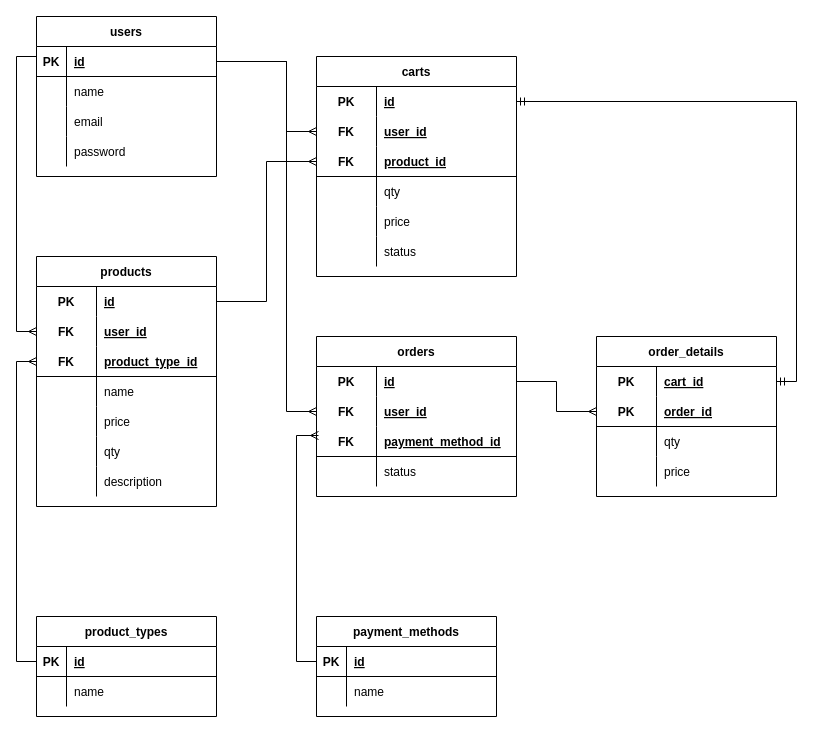
groupProject-3/BE-e-commerce keeps this draw.io diagram as lib/erd/e-commerce.drawio. Above is the earlier version. Source tidied: cells renumbered, new cells numbered last; positions are measured from the earlier drawing's top-left corner, leaving out a move shared by most shapes. Both pictures are drawn from the tidied source at 100%, with x=0, y=0 at pixel (36, 16).
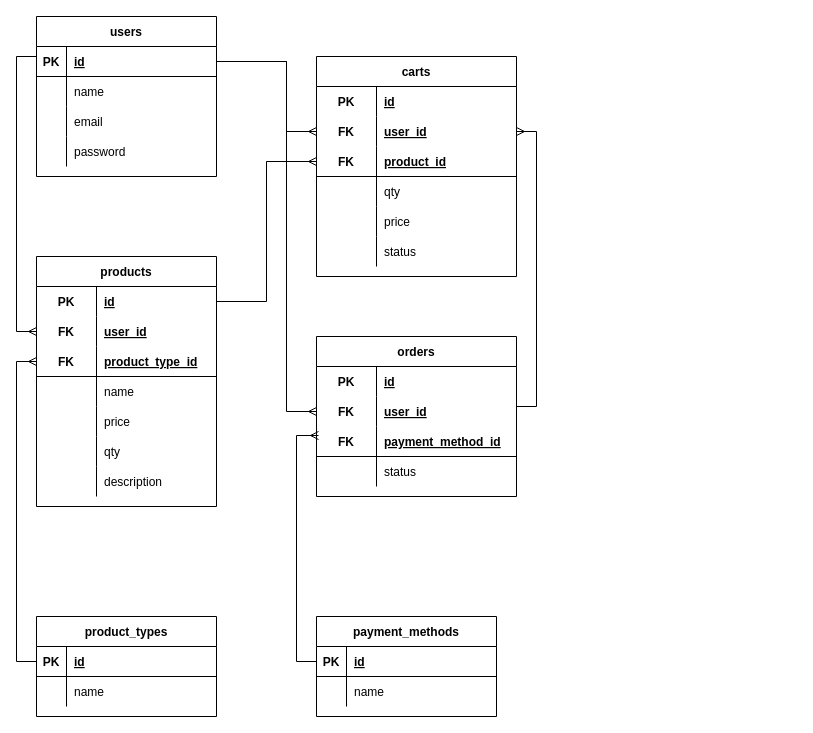
Above is the later version.

Commit message (it also covers changes not shown here):
update route delete order

Unchanged cells that the change refers to:
```xml
<mxCell id="47" style="shape=tableRow;horizontal=0;startSize=0;swimlaneHead=0;swimlaneBody=0;fillColor=none;points=[[0,0.5],[1,0.5]];portConstraint=eastwest;top=0;left=0;right=0;bottom=0;strokeColor=default;" parent="46" vertex="1">
  <mxGeometry y="30" width="200" height="30" as="geometry" />
</mxCell>
<mxCell id="80" style="shape=tableRow;horizontal=0;startSize=0;swimlaneHead=0;swimlaneBody=0;fillColor=none;points=[[0,0.5],[1,0.5]];portConstraint=eastwest;top=0;left=0;right=0;bottom=0;strokeColor=default;" parent="79" vertex="1">
  <mxGeometry y="30" width="200" height="30" as="geometry" />
</mxCell>
<mxCell id="83" style="shape=tableRow;horizontal=0;startSize=0;swimlaneHead=0;swimlaneBody=0;fillColor=none;points=[[0,0.5],[1,0.5]];portConstraint=eastwest;top=0;left=0;right=0;bottom=1;strokeColor=none;" parent="79" vertex="1">
  <mxGeometry y="60" width="200" height="30" as="geometry" />
</mxCell>
```

The edit, as a diff of the source:
```diff
@@
-    <mxCell id="66" value="order_details" style="shape=table;startSize=30;childLayout=tableLayout;rowLines=0;fontStyle=1;align=center;strokeColor=default;fillColor=none;" parent="1" vertex="1">
-      <mxGeometry x="560" y="320" width="180" height="160" as="geometry" />
-    </mxCell>
-    <mxCell id="67" style="shape=tableRow;horizontal=0;startSize=0;swimlaneHead=0;swimlaneBody=0;fillColor=none;points=[[0,0.5],[1,0.5]];portConstraint=eastwest;top=0;left=0;right=0;bottom=0;strokeColor=default;" parent="66" vertex="1">
-      <mxGeometry y="30" width="180" height="30" as="geometry" />
-    </mxCell>
-    <mxCell id="68" value="PK" style="shape=partialRectangle;fillColor=none;top=0;left=0;bottom=0;right=0;fontStyle=1;overflow=hidden;strokeColor=default;" parent="67" vertex="1">
-      <mxGeometry width="60" height="30" as="geometry" />
-    </mxCell>
-    <mxCell id="69" value="cart_id" style="shape=partialRectangle;fillColor=none;top=0;left=0;bottom=0;right=0;align=left;spacingLeft=6;fontStyle=5;overflow=hidden;strokeColor=default;" parent="67" vertex="1">
-      <mxGeometry x="60" width="120" height="30" as="geometry" />
-    </mxCell>
-    <mxCell id="70" style="shape=tableRow;horizontal=0;startSize=0;swimlaneHead=0;swimlaneBody=0;fillColor=none;points=[[0,0.5],[1,0.5]];portConstraint=eastwest;top=0;left=0;right=0;bottom=1;strokeColor=default;" parent="66" vertex="1">
-      <mxGeometry y="60" width="180" height="30" as="geometry" />
-    </mxCell>
-    <mxCell id="71" value="PK" style="shape=partialRectangle;fillColor=none;top=0;left=0;bottom=0;right=0;fontStyle=1;overflow=hidden;strokeColor=default;" parent="70" vertex="1">
-      <mxGeometry width="60" height="30" as="geometry" />
-    </mxCell>
-    <mxCell id="72" value="order_id" style="shape=partialRectangle;fillColor=none;top=0;left=0;bottom=0;right=0;align=left;spacingLeft=6;fontStyle=5;overflow=hidden;strokeColor=default;" parent="70" vertex="1">
-      <mxGeometry x="60" width="120" height="30" as="geometry" />
-    </mxCell>
-    <mxCell id="73" style="shape=tableRow;horizontal=0;startSize=0;swimlaneHead=0;swimlaneBody=0;fillColor=none;top=0;left=0;right=0;bottom=0;strokeColor=default;" parent="66" vertex="1">
-      <mxGeometry y="90" width="180" height="30" as="geometry" />
-    </mxCell>
-    <mxCell id="74" style="shape=partialRectangle;fillColor=none;top=0;left=0;bottom=0;right=0;overflow=hidden;strokeColor=default;" parent="73" vertex="1">
-      <mxGeometry width="60" height="30" as="geometry" />
-    </mxCell>
-    <mxCell id="75" value="qty" style="shape=partialRectangle;fillColor=none;top=0;left=0;bottom=0;right=0;align=left;spacingLeft=6;overflow=hidden;strokeColor=default;" parent="73" vertex="1">
-      <mxGeometry x="60" width="120" height="30" as="geometry" />
-    </mxCell>
-    <mxCell id="76" style="shape=tableRow;horizontal=0;startSize=0;swimlaneHead=0;swimlaneBody=0;fillColor=none;top=0;left=0;right=0;bottom=0;strokeColor=default;" parent="66" vertex="1">
-      <mxGeometry y="120" width="180" height="30" as="geometry" />
-    </mxCell>
-    <mxCell id="77" style="shape=partialRectangle;fillColor=none;top=0;left=0;bottom=0;right=0;overflow=hidden;strokeColor=default;" parent="76" vertex="1">
-      <mxGeometry width="60" height="30" as="geometry" />
-    </mxCell>
-    <mxCell id="78" value="price" style="shape=partialRectangle;fillColor=none;top=0;left=0;bottom=0;right=0;align=left;spacingLeft=6;overflow=hidden;strokeColor=default;" parent="76" vertex="1">
-      <mxGeometry x="60" width="120" height="30" as="geometry" />
-    </mxCell>
@@
-    <mxCell id="101" style="edgeStyle=orthogonalEdgeStyle;rounded=0;jettySize=auto;html=1;exitX=1;exitY=0.5;exitDx=0;exitDy=0;entryX=1;entryY=0.5;entryDx=0;entryDy=0;startArrow=ERmandOne;startFill=0;endArrow=ERmandOne;endFill=0;" parent="1" edge="1" source="80" target="67">
-      <mxGeometry relative="1" as="geometry" />
-    </mxCell>
-    <mxCell id="102" style="edgeStyle=orthogonalEdgeStyle;rounded=0;jettySize=auto;html=1;exitX=1;exitY=0.5;exitDx=0;exitDy=0;entryX=0;entryY=0.5;entryDx=0;entryDy=0;startArrow=none;startFill=0;endArrow=ERmany;endFill=0;" parent="1" edge="1" source="47" target="70">
-      <mxGeometry relative="1" as="geometry" />
+    <mxCell id="102" style="edgeStyle=orthogonalEdgeStyle;rounded=0;jettySize=auto;html=1;entryX=1;entryY=0.5;entryDx=0;entryDy=0;startArrow=none;startFill=0;endArrow=ERmany;endFill=0;" parent="1" edge="1" target="83">
+      <mxGeometry relative="1" as="geometry">
+        <mxPoint x="480" y="390" as="sourcePoint" />
+        <Array as="points">
+          <mxPoint x="500" y="390" />
+          <mxPoint x="500" y="115" />
+        </Array>
+      </mxGeometry>
     </mxCell>
```
